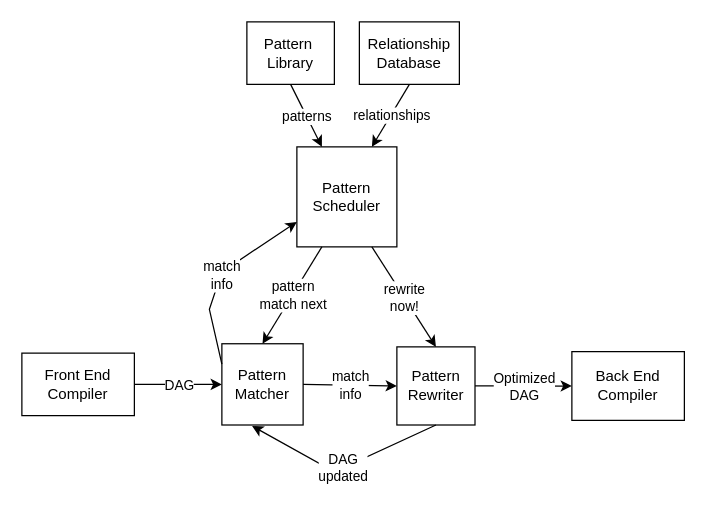
Before: 未命名绘图.drawio in RosaryXiang/draw, a draw.io diagram. Source tidied: cells renumbered, new cells numbered last; positions are measured from the earlier drawing's top-left corner, leaving out a move shared by most shapes. Both pictures are drawn from the tidied source at 125%, with x=0, y=0 at pixel (21, 21).
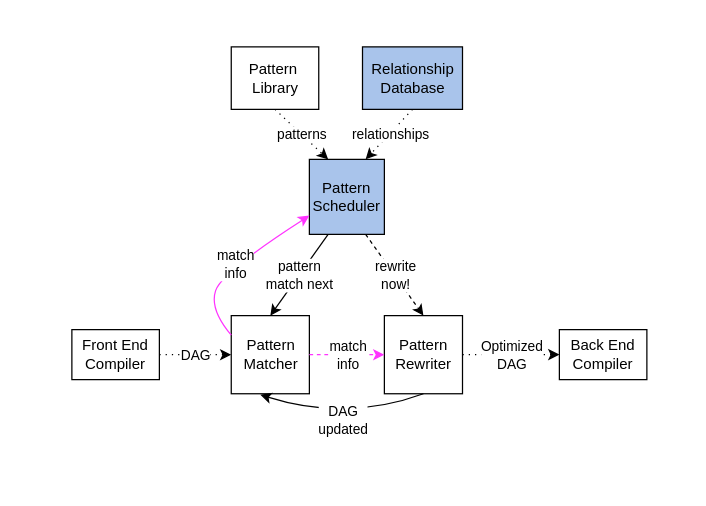
The same diagram, later.

Unchanged cells that the change refers to:
```xml
<mxCell id="14" style="endArrow=classic;html=1;rounded=0;exitX=0.25;exitY=1;exitDx=0;exitDy=0;entryX=0.5;entryY=0;entryDx=0;entryDy=0;" parent="1" edge="1" source="2" target="12">
  <mxGeometry relative="1" as="geometry" />
</mxCell>
```

Change to the diagram source:
```diff
@@
-    <mxCell id="2" value="Pattern&lt;br&gt;Scheduler" style="whiteSpace=wrap;html=1;" parent="1" vertex="1">
-      <mxGeometry x="220" y="100" width="80" height="80" as="geometry" />
+    <mxCell id="2" value="Pattern&lt;br&gt;Scheduler" style="whiteSpace=wrap;html=1;fillColor=#A9C4EB;" parent="1" vertex="1">
+      <mxGeometry x="230" y="110" width="60" height="60" as="geometry" />
     </mxCell>
     <mxCell id="3" value="Front End &lt;br&gt;Compiler" style="rounded=0;whiteSpace=wrap;html=1;" parent="1" vertex="1">
-      <mxGeometry y="265" width="90" height="50" as="geometry" />
+      <mxGeometry x="40" y="246.2" width="70" height="40" as="geometry" />
     </mxCell>
-    <mxCell id="4" style="endArrow=classic;html=1;rounded=0;exitX=1;exitY=0.5;exitDx=0;exitDy=0;entryX=0;entryY=0.5;entryDx=0;entryDy=0;" parent="1" edge="1" source="3" target="12">
+    <mxCell id="4" style="endArrow=classic;html=1;rounded=0;exitX=1;exitY=0.5;exitDx=0;exitDy=0;entryX=0;entryY=0.5;entryDx=0;entryDy=0;dashed=1;dashPattern=1 4;" parent="1" edge="1" source="3" target="12">
       <mxGeometry relative="1" as="geometry" />
     </mxCell>
@@
     <mxCell id="6" value="Pattern&amp;nbsp;&lt;br&gt;Library" style="rounded=0;whiteSpace=wrap;html=1;" parent="1" vertex="1">
-      <mxGeometry x="180" width="70" height="50" as="geometry" />
+      <mxGeometry x="167.5" y="20" width="70" height="50" as="geometry" />
     </mxCell>
-    <mxCell id="7" value="Relationship&lt;br&gt;Database" style="rounded=0;whiteSpace=wrap;html=1;" parent="1" vertex="1">
-      <mxGeometry x="270" width="80" height="50" as="geometry" />
+    <mxCell id="7" value="Relationship&lt;br&gt;Database" style="rounded=0;whiteSpace=wrap;html=1;fillColor=#A9C4EB;" parent="1" vertex="1">
+      <mxGeometry x="272.5" y="20" width="80" height="50" as="geometry" />
     </mxCell>
-    <mxCell id="8" style="endArrow=classic;html=1;rounded=0;exitX=0.5;exitY=1;exitDx=0;exitDy=0;entryX=0.25;entryY=0;entryDx=0;entryDy=0;" parent="1" edge="1" source="6" target="2">
+    <mxCell id="8" style="endArrow=classic;html=1;rounded=0;exitX=0.5;exitY=1;exitDx=0;exitDy=0;entryX=0.25;entryY=0;entryDx=0;entryDy=0;dashed=1;dashPattern=1 4;" parent="1" edge="1" source="6" target="2">
       <mxGeometry relative="1" as="geometry" />
     </mxCell>
@@
-    <mxCell id="10" style="endArrow=classic;html=1;rounded=0;exitX=0.5;exitY=1;exitDx=0;exitDy=0;entryX=0.75;entryY=0;entryDx=0;entryDy=0;" parent="1" edge="1" source="7" target="2">
+    <mxCell id="10" style="endArrow=classic;html=1;rounded=0;exitX=0.5;exitY=1;exitDx=0;exitDy=0;entryX=0.75;entryY=0;entryDx=0;entryDy=0;dashed=1;dashPattern=1 4;" parent="1" edge="1" source="7" target="2">
       <mxGeometry relative="1" as="geometry" />
     </mxCell>
@@
     <mxCell id="12" value="Pattern Matcher" style="whiteSpace=wrap;html=1;" parent="1" vertex="1">
-      <mxGeometry x="160" y="257.5" width="65" height="65" as="geometry" />
+      <mxGeometry x="167.5" y="235" width="62.5" height="62.5" as="geometry" />
     </mxCell>
     <mxCell id="13" value="Pattern&lt;br&gt;Rewriter" style="whiteSpace=wrap;html=1;" parent="1" vertex="1">
-      <mxGeometry x="300" y="260" width="62.5" height="62.5" as="geometry" />
+      <mxGeometry x="290" y="235" width="62.5" height="62.5" as="geometry" />
     </mxCell>
@@
-    <mxCell id="15" value="pattern &lt;br&gt;match next" style="edgeLabel;html=1;align=center;verticalAlign=middle;" parent="14" vertex="1">
+    <mxCell id="15" value="pattern &lt;br&gt;match next" style="edgeLabel;html=1;align=center;verticalAlign=middle;labelBorderColor=none;" parent="14" vertex="1">
       <mxGeometry relative="1" as="geometry" />
     </mxCell>
-    <mxCell id="16" style="endArrow=classic;html=1;rounded=0;entryX=0.5;entryY=0;entryDx=0;entryDy=0;exitX=0.75;exitY=1;exitDx=0;exitDy=0;" parent="1" edge="1" source="2" target="13">
+    <mxCell id="16" style="endArrow=classic;html=1;rounded=0;entryX=0.5;entryY=0;entryDx=0;entryDy=0;exitX=0.75;exitY=1;exitDx=0;exitDy=0;dashed=1;" parent="1" edge="1" source="2" target="13">
       <mxGeometry relative="1" as="geometry" />
     </mxCell>
@@
-    <mxCell id="18" style="endArrow=classic;html=1;rounded=0;exitX=1;exitY=0.5;exitDx=0;exitDy=0;entryX=0;entryY=0.5;entryDx=0;entryDy=0;" parent="1" edge="1" source="12" target="13">
+    <mxCell id="18" style="endArrow=classic;html=1;rounded=0;exitX=1;exitY=0.5;exitDx=0;exitDy=0;entryX=0;entryY=0.5;entryDx=0;entryDy=0;fillColor=#FF33FF;strokeColor=#FF33FF;dashed=1;" parent="1" edge="1" source="12" target="13">
       <mxGeometry relative="1" as="geometry" />
     </mxCell>
@@
-    <mxCell id="20" style="endArrow=classic;html=1;rounded=0;entryX=0;entryY=0.75;entryDx=0;entryDy=0;exitX=0;exitY=0.25;exitDx=0;exitDy=0;fillColor=#0077FF;strokeColor=#000000;" parent="1" edge="1" source="12" target="2">
+    <mxCell id="20" style="endArrow=classic;html=1;entryX=0;entryY=0.75;entryDx=0;entryDy=0;exitX=0;exitY=0.25;exitDx=0;exitDy=0;fillColor=#0077FF;strokeColor=#FF33FF;curved=1;" parent="1" edge="1" source="12" target="2">
       <mxGeometry relative="1" as="geometry">
         <Array as="points">
           <mxPoint x="150" y="230" />
           <mxPoint x="160" y="200" />
         </Array>
       </mxGeometry>
     </mxCell>
@@
-    <mxCell id="22" style="endArrow=classic;html=1;rounded=0;exitX=0.5;exitY=1;exitDx=0;exitDy=0;entryX=0.372;entryY=1.012;entryDx=0;entryDy=0;entryPerimeter=0;" parent="1" edge="1" source="13" target="12">
+    <mxCell id="22" style="endArrow=classic;html=1;exitX=0.5;exitY=1;exitDx=0;exitDy=0;entryX=0.372;entryY=1.012;entryDx=0;entryDy=0;entryPerimeter=0;curved=1;" parent="1" edge="1" source="13" target="12">
       <mxGeometry relative="1" as="geometry">
         <Array as="points">
-          <mxPoint x="250" y="360" />
+          <mxPoint x="260" y="320" />
         </Array>
       </mxGeometry>
     </mxCell>
@@
-    <mxCell id="24" style="endArrow=classic;html=1;rounded=0;exitX=1;exitY=0.5;exitDx=0;exitDy=0;entryX=0;entryY=0.5;entryDx=0;entryDy=0;" parent="1" edge="1" source="13" target="26">
+    <mxCell id="24" style="endArrow=classic;html=1;rounded=0;exitX=1;exitY=0.5;exitDx=0;exitDy=0;entryX=0;entryY=0.5;entryDx=0;entryDy=0;dashed=1;dashPattern=1 4;" parent="1" edge="1" source="13" target="26">
       <mxGeometry relative="1" as="geometry" />
     </mxCell>
@@
     <mxCell id="26" value="Back End Compiler" style="rounded=0;whiteSpace=wrap;html=1;" parent="1" vertex="1">
-      <mxGeometry x="440" y="263.8" width="90" height="55" as="geometry" />
+      <mxGeometry x="430" y="246.2" width="70" height="40" as="geometry" />
     </mxCell>
```
